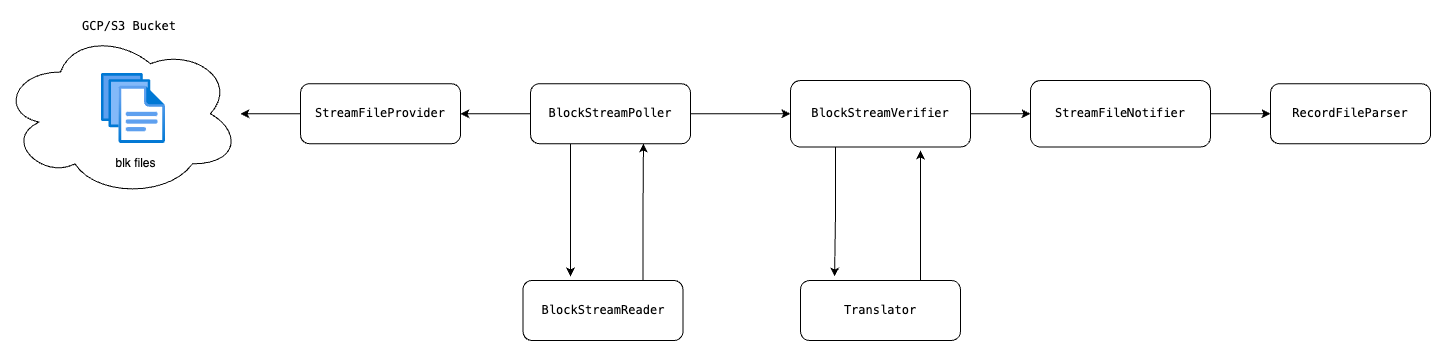
This is docs/design/images/blockstream.png from hashgraph/hedera-mirror-node, a draw.io export, as it was before one commit. Source tidied: cells renumbered, new cells last; positions are measured from the earlier drawing's top-left corner, leaving out a move shared by most shapes.
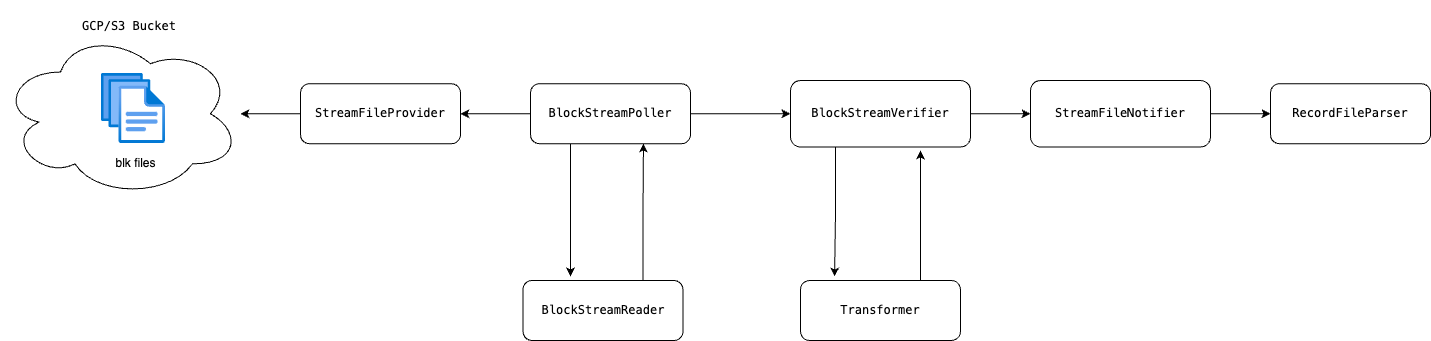
Later version of the same file.

Commit message:
Fix diagram, add filter note

The edit, as a diff of the source:
```diff
@@ -46,7 +46,7 @@
         <mxPoint x="920" y="150" as="targetPoint" />
       </mxGeometry>
     </mxCell>
-    <mxCell id="16" value="&lt;pre&gt;&lt;span style=&quot;font-variant-ligatures: none; text-align: left; white-space-collapse: preserve;&quot;&gt;&lt;font style=&quot;&quot; face=&quot;monospace&quot;&gt;Translator&lt;/font&gt;&lt;/span&gt;&lt;/pre&gt;" style="rounded=1;whiteSpace=wrap;html=1;strokeColor=#000000;fillColor=#FFFFFF;" parent="1" vertex="1">
+    <mxCell id="16" value="&lt;pre&gt;&lt;span style=&quot;font-variant-ligatures: none; text-align: left; white-space-collapse: preserve;&quot;&gt;&lt;font style=&quot;&quot; face=&quot;monospace&quot;&gt;Transformer&lt;/font&gt;&lt;/span&gt;&lt;/pre&gt;" style="rounded=1;whiteSpace=wrap;html=1;strokeColor=#000000;fillColor=#FFFFFF;" parent="1" vertex="1">
       <mxGeometry x="800" y="280" width="160" height="60" as="geometry" />
     </mxCell>
     <mxCell id="17" style="edgeStyle=orthogonalEdgeStyle;rounded=0;jettySize=auto;html=1;exitX=0.25;exitY=1;exitDx=0;exitDy=0;entryX=0.213;entryY=-0.067;entryDx=0;entryDy=0;entryPerimeter=0;strokeColor=#000000;" parent="1" edge="1" source="8" target="16">
```
